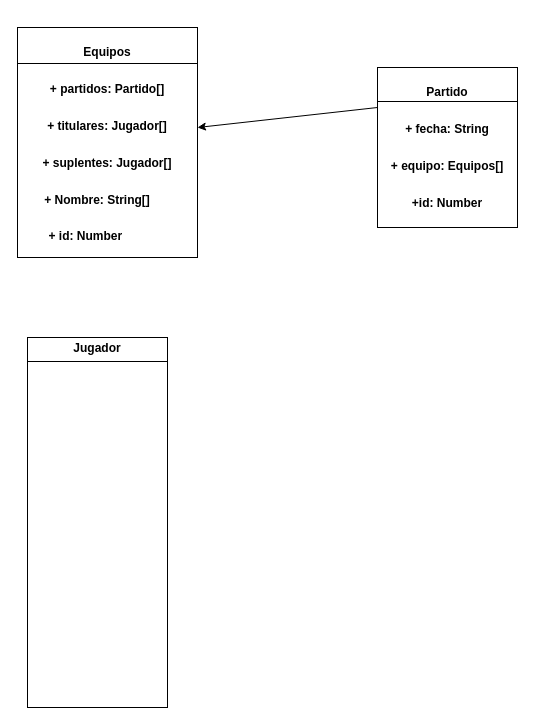
Above: grant-dt.drawio in lilieth10/gran-dt (draw.io), before the change. Source tidied: cells renumbered, new cells numbered last; positions are measured from the earlier drawing's top-left corner, leaving out a move shared by most shapes. Both pictures are drawn from the tidied source at 100%, with x=0, y=0 at pixel (17, 27).
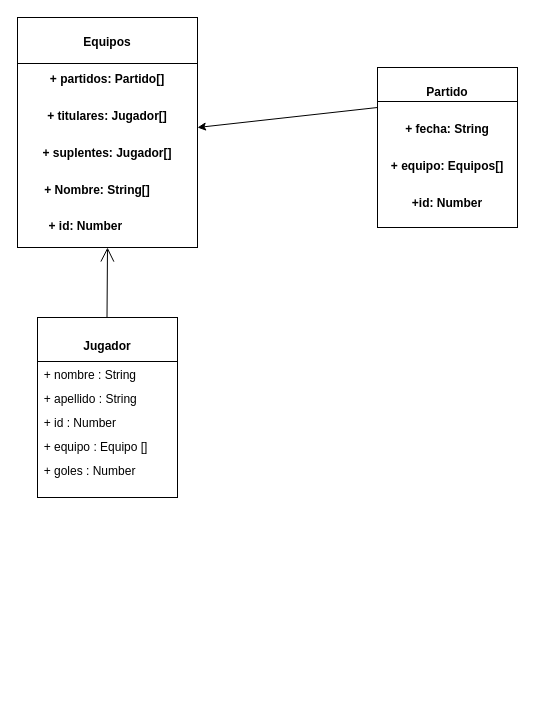
After the change.

Change to the diagram source:
```diff
@@
 <mxGraphModel>
   <root>
     <mxCell id="0" />
     <mxCell id="1" parent="0" />
     <mxCell id="2" value="&lt;p style=&quot;margin:0px;margin-top:4px;text-align:center;&quot;&gt;&lt;br&gt;&lt;b&gt;Equipos&lt;/b&gt;&lt;/p&gt;&lt;p style=&quot;margin:0px;margin-top:4px;text-align:center;&quot;&gt;&lt;b&gt;&lt;br&gt;&lt;/b&gt;&lt;/p&gt;&lt;p style=&quot;margin:0px;margin-top:4px;text-align:center;&quot;&gt;&lt;b&gt;+ partidos: Partido[]&lt;/b&gt;&lt;/p&gt;&lt;p style=&quot;margin:0px;margin-top:4px;text-align:center;&quot;&gt;&lt;b style=&quot;background-color: initial;&quot;&gt;&amp;nbsp; &amp;nbsp; &amp;nbsp; &amp;nbsp; &amp;nbsp; &amp;nbsp;&lt;/b&gt;&lt;/p&gt;&lt;p style=&quot;margin:0px;margin-top:4px;text-align:center;&quot;&gt;&lt;b&gt;+ titulares: Jugador[]&lt;/b&gt;&lt;/p&gt;&lt;p style=&quot;margin:0px;margin-top:4px;text-align:center;&quot;&gt;&lt;b&gt;&amp;nbsp;&lt;/b&gt;&lt;b style=&quot;background-color: initial;&quot;&gt;&amp;nbsp; &amp;nbsp; &amp;nbsp;&amp;nbsp;&lt;/b&gt;&lt;b style=&quot;background-color: initial;&quot;&gt;&amp;nbsp; &amp;nbsp;&lt;/b&gt;&lt;/p&gt;&lt;p style=&quot;margin:0px;margin-top:4px;text-align:center;&quot;&gt;&lt;b style=&quot;background-color: initial;&quot;&gt;+ suplentes: Jugador[]&lt;/b&gt;&lt;/p&gt;&lt;p style=&quot;margin:0px;margin-top:4px;text-align:center;&quot;&gt;&lt;b style=&quot;background-color: initial;&quot;&gt;&amp;nbsp; &amp;nbsp; &amp;nbsp; &amp;nbsp;&lt;/b&gt;&lt;/p&gt;&lt;p style=&quot;margin:0px;margin-top:4px;text-align:center;&quot;&gt;&lt;b style=&quot;background-color: initial;&quot;&gt;+ Nombre: String[]&amp;nbsp; &amp;nbsp; &amp;nbsp;&amp;nbsp;&lt;/b&gt;&lt;/p&gt;&lt;p style=&quot;margin:0px;margin-top:4px;text-align:center;&quot;&gt;&lt;b style=&quot;background-color: initial;&quot;&gt;&amp;nbsp; &amp;nbsp; &amp;nbsp; &amp;nbsp; &amp;nbsp; &amp;nbsp; &amp;nbsp;&lt;/b&gt;&lt;/p&gt;&lt;p style=&quot;margin:0px;margin-top:4px;text-align:center;&quot;&gt;&lt;b style=&quot;background-color: initial;&quot;&gt;&amp;nbsp; &amp;nbsp; &amp;nbsp;+ id: Number&amp;nbsp; &amp;nbsp; &amp;nbsp; &amp;nbsp; &amp;nbsp; &amp;nbsp; &amp;nbsp; &amp;nbsp; &amp;nbsp;&amp;nbsp;&lt;/b&gt;&lt;/p&gt;&lt;p style=&quot;margin:0px;margin-top:4px;text-align:center;&quot;&gt;&lt;b style=&quot;background-color: initial;&quot;&gt;&amp;nbsp; &amp;nbsp; &amp;nbsp; &amp;nbsp;&lt;/b&gt;&lt;b style=&quot;background-color: initial;&quot;&gt;&amp;nbsp;&lt;/b&gt;&lt;/p&gt;" style="verticalAlign=top;align=left;overflow=fill;html=1;whiteSpace=wrap;" parent="1" vertex="1">
-      <mxGeometry width="180" height="230" as="geometry" />
+      <mxGeometry y="-10" width="180" height="230" as="geometry" />
     </mxCell>
     <mxCell id="3" value="&lt;p style=&quot;margin:0px;margin-top:4px;text-align:center;&quot;&gt;&lt;br&gt;&lt;b&gt;Partido&lt;/b&gt;&lt;/p&gt;&lt;p style=&quot;margin:0px;margin-top:4px;text-align:center;&quot;&gt;&lt;b&gt;&lt;br&gt;&lt;/b&gt;&lt;/p&gt;&lt;p style=&quot;margin:0px;margin-top:4px;text-align:center;&quot;&gt;&lt;b&gt;+ fecha: String&lt;/b&gt;&lt;/p&gt;&lt;p style=&quot;margin:0px;margin-top:4px;text-align:center;&quot;&gt;&lt;b&gt;&amp;nbsp; &amp;nbsp; &amp;nbsp; &amp;nbsp;&amp;nbsp;&lt;/b&gt;&lt;/p&gt;&lt;p style=&quot;margin:0px;margin-top:4px;text-align:center;&quot;&gt;&lt;b&gt;+ equipo: Equipos[]&lt;/b&gt;&lt;/p&gt;&lt;p style=&quot;margin:0px;margin-top:4px;text-align:center;&quot;&gt;&lt;b&gt;&lt;br&gt;&lt;/b&gt;&lt;/p&gt;&lt;p style=&quot;margin:0px;margin-top:4px;text-align:center;&quot;&gt;&lt;b&gt;+id: Number&lt;/b&gt;&lt;/p&gt;&lt;p style=&quot;margin:0px;margin-top:4px;text-align:center;&quot;&gt;&lt;b&gt;&lt;br&gt;&lt;/b&gt;&lt;/p&gt;&lt;p style=&quot;margin:0px;margin-top:4px;text-align:center;&quot;&gt;&lt;b&gt;&lt;br&gt;&lt;/b&gt;&lt;/p&gt;&lt;p style=&quot;margin:0px;margin-top:4px;text-align:center;&quot;&gt;&lt;b&gt;&lt;br&gt;&lt;/b&gt;&lt;/p&gt;" style="verticalAlign=top;align=left;overflow=fill;html=1;whiteSpace=wrap;" parent="1" vertex="1">
       <mxGeometry x="360" y="40" width="140" height="160" as="geometry" />
     </mxCell>
     <mxCell id="4" style="line;strokeWidth=1;fillColor=none;align=left;verticalAlign=middle;spacingTop=-1;spacingLeft=3;spacingRight=3;labelPosition=right;strokeColor=inherit;" parent="1" vertex="1">
       <mxGeometry y="32" width="180" height="8" as="geometry" />
     </mxCell>
     <mxCell id="5" style="line;strokeWidth=1;fillColor=none;align=left;verticalAlign=middle;spacingTop=-1;spacingLeft=3;spacingRight=3;labelPosition=right;strokeColor=inherit;" parent="1" vertex="1">
       <mxGeometry x="360" y="70" width="140" height="8" as="geometry" />
     </mxCell>
     <mxCell id="6" style="edgeStyle=none;jettySize=auto;html=1;rounded=0;exitX=0;exitY=0.25;exitDx=0;exitDy=0;" parent="1" edge="1" source="3">
       <mxGeometry relative="1" as="geometry">
         <mxPoint x="180" y="100" as="targetPoint" />
       </mxGeometry>
     </mxCell>
-    <mxCell id="7" value="&lt;p style=&quot;margin:0px;margin-top:4px;text-align:center;&quot;&gt;&lt;b&gt;Jugador&lt;/b&gt;&lt;/p&gt;&lt;hr size=&quot;1&quot; style=&quot;border-style:solid;&quot;&gt;&lt;div style=&quot;height:2px;&quot;&gt;&lt;/div&gt;" style="verticalAlign=top;align=left;overflow=fill;html=1;whiteSpace=wrap;" parent="1" vertex="1">
-      <mxGeometry x="10" y="310" width="140" height="370" as="geometry" />
+    <mxCell id="7" value="&lt;p style=&quot;margin:0px;margin-top:4px;text-align:center;&quot;&gt;&lt;b&gt;&lt;br&gt;&lt;/b&gt;&lt;/p&gt;&lt;p style=&quot;margin:0px;margin-top:4px;text-align:center;&quot;&gt;&lt;b&gt;Jugador&lt;/b&gt;&lt;/p&gt;&lt;br&gt;&lt;div style=&quot;height:2px;&quot;&gt;&amp;nbsp; + nombre : String&lt;/div&gt;&lt;div style=&quot;height:2px;&quot;&gt;&lt;br&gt;&lt;/div&gt;&lt;div style=&quot;height:2px;&quot;&gt;&lt;br&gt;&lt;/div&gt;&lt;div style=&quot;height:2px;&quot;&gt;&amp;nbsp;&lt;/div&gt;&lt;div style=&quot;height:2px;&quot;&gt;&lt;br&gt;&lt;/div&gt;&lt;div style=&quot;height:2px;&quot;&gt;&lt;br&gt;&lt;/div&gt;&lt;div style=&quot;height:2px;&quot;&gt;&lt;br&gt;&lt;/div&gt;&lt;div style=&quot;height:2px;&quot;&gt;&lt;br&gt;&lt;/div&gt;&lt;div style=&quot;height:2px;&quot;&gt;&lt;br&gt;&lt;/div&gt;&lt;div style=&quot;height:2px;&quot;&gt;&lt;br&gt;&lt;/div&gt;&lt;div style=&quot;height:2px;&quot;&gt;&lt;br&gt;&lt;/div&gt;&lt;div style=&quot;height:2px;&quot;&gt;&lt;br&gt;&lt;/div&gt;&lt;div style=&quot;height:2px;&quot;&gt;&amp;nbsp; + apellido : String&lt;/div&gt;&lt;div style=&quot;height:2px;&quot;&gt;&lt;br&gt;&lt;/div&gt;&lt;div style=&quot;height:2px;&quot;&gt;&lt;br&gt;&lt;/div&gt;&lt;div style=&quot;height:2px;&quot;&gt;&lt;br&gt;&lt;/div&gt;&lt;div style=&quot;height:2px;&quot;&gt;&amp;nbsp;&amp;nbsp;&lt;/div&gt;&lt;div style=&quot;height:2px;&quot;&gt;&lt;br&gt;&lt;/div&gt;&lt;div style=&quot;height:2px;&quot;&gt;&lt;br&gt;&lt;/div&gt;&lt;div style=&quot;height:2px;&quot;&gt;&lt;br&gt;&lt;/div&gt;&lt;div style=&quot;height:2px;&quot;&gt;&lt;br&gt;&lt;/div&gt;&lt;div style=&quot;height:2px;&quot;&gt;&lt;br&gt;&lt;/div&gt;&lt;div style=&quot;height:2px;&quot;&gt;&amp;nbsp;&amp;nbsp;&lt;/div&gt;&lt;div style=&quot;height:2px;&quot;&gt;&lt;br&gt;&lt;/div&gt;&lt;div style=&quot;height:2px;&quot;&gt;&amp;nbsp; + id : Number&lt;/div&gt;&lt;div style=&quot;height:2px;&quot;&gt;&lt;br&gt;&lt;/div&gt;&lt;div style=&quot;height:2px;&quot;&gt;&lt;br&gt;&lt;/div&gt;&lt;div style=&quot;height:2px;&quot;&gt;&lt;br&gt;&lt;/div&gt;&lt;div style=&quot;height:2px;&quot;&gt;&lt;br&gt;&lt;/div&gt;&lt;div style=&quot;height:2px;&quot;&gt;&lt;br&gt;&lt;/div&gt;&lt;div style=&quot;height:2px;&quot;&gt;&lt;br&gt;&lt;/div&gt;&lt;div style=&quot;height:2px;&quot;&gt;&lt;br&gt;&lt;/div&gt;&lt;div style=&quot;height:2px;&quot;&gt;&lt;br&gt;&lt;/div&gt;&lt;div style=&quot;height:2px;&quot;&gt;&lt;br&gt;&lt;/div&gt;&lt;div style=&quot;height:2px;&quot;&gt;&lt;br&gt;&lt;/div&gt;&lt;div style=&quot;height:2px;&quot;&gt;&amp;nbsp; &amp;nbsp;&lt;/div&gt;&lt;div style=&quot;height:2px;&quot;&gt;&amp;nbsp; + equipo : Equipo []&lt;/div&gt;&lt;div style=&quot;height:2px;&quot;&gt;&lt;br&gt;&lt;/div&gt;&lt;div style=&quot;height:2px;&quot;&gt;&lt;br&gt;&lt;/div&gt;&lt;div style=&quot;height:2px;&quot;&gt;&lt;br&gt;&lt;/div&gt;&lt;div style=&quot;height:2px;&quot;&gt;&lt;br&gt;&lt;/div&gt;&lt;div style=&quot;height:2px;&quot;&gt;&lt;br&gt;&lt;/div&gt;&lt;div style=&quot;height:2px;&quot;&gt;&lt;br&gt;&lt;/div&gt;&lt;div style=&quot;height:2px;&quot;&gt;&lt;br&gt;&lt;/div&gt;&lt;div style=&quot;height:2px;&quot;&gt;&lt;br&gt;&lt;/div&gt;&lt;div style=&quot;height:2px;&quot;&gt;&lt;br&gt;&lt;/div&gt;&lt;div style=&quot;height:2px;&quot;&gt;&lt;br&gt;&lt;/div&gt;&lt;div style=&quot;height:2px;&quot;&gt;&amp;nbsp; &amp;nbsp;&lt;/div&gt;&lt;div style=&quot;height:2px;&quot;&gt;&amp;nbsp; + goles : Number&lt;/div&gt;&lt;div style=&quot;height:2px;&quot;&gt;&lt;br&gt;&lt;/div&gt;&lt;div style=&quot;height:2px;&quot;&gt;&lt;br&gt;&lt;/div&gt;&lt;div style=&quot;height:2px;&quot;&gt;&amp;nbsp;&amp;nbsp;&lt;/div&gt;&lt;div style=&quot;height:2px;&quot;&gt;&amp;nbsp;&amp;nbsp;&lt;/div&gt;&lt;div style=&quot;height:2px;&quot;&gt;&amp;nbsp;&lt;/div&gt;&lt;div style=&quot;height:2px;&quot;&gt;&lt;br&gt;&lt;/div&gt;&lt;div style=&quot;height:2px;&quot;&gt;&amp;nbsp;&amp;nbsp;&lt;/div&gt;" style="verticalAlign=top;align=left;overflow=fill;html=1;whiteSpace=wrap;" parent="1" vertex="1">
+      <mxGeometry x="20" y="290" width="140" height="180" as="geometry" />
     </mxCell>
+    <mxCell id="8" style="line;strokeWidth=1;fillColor=none;align=left;verticalAlign=middle;spacingTop=-1;spacingLeft=3;spacingRight=3;labelPosition=right;strokeColor=inherit;" parent="1" vertex="1">
+      <mxGeometry x="20" y="330" width="140" height="8" as="geometry" />
+    </mxCell>
+    <mxCell id="9" style="endArrow=open;endFill=1;endSize=12;html=1;rounded=0;" parent="1" edge="1">
+      <mxGeometry relative="1" as="geometry">
+        <mxPoint x="89.5" y="290" as="sourcePoint" />
+        <mxPoint x="90" y="220" as="targetPoint" />
+      </mxGeometry>
+    </mxCell>
   </root>
 </mxGraphModel>
```
